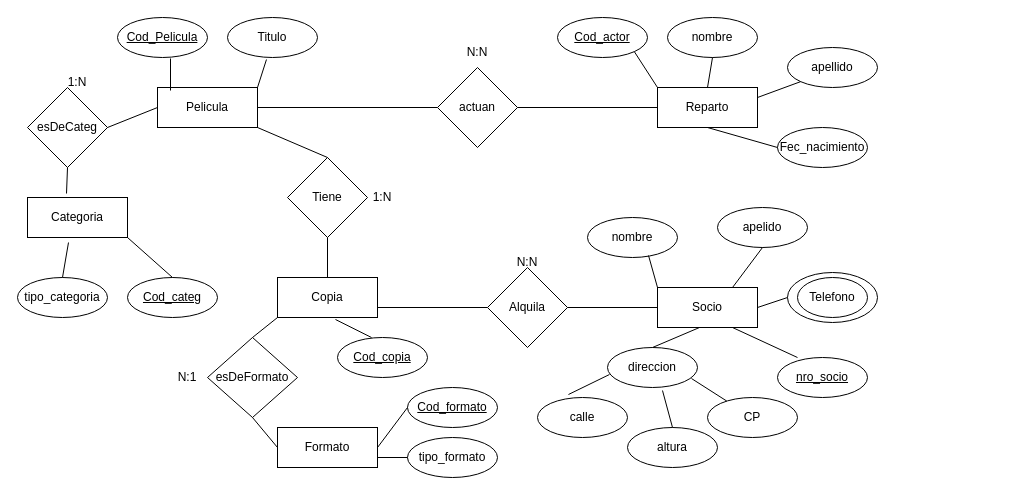
Above: Diagrama sin título.drawio in Dangerous875/pruebaGit (draw.io), before the change. Source tidied: cells renumbered, new cells numbered last; positions are measured from the earlier drawing's top-left corner, leaving out a move shared by most shapes. Both pictures are drawn from the tidied source at 100%, with x=0, y=0 at pixel (17, 17).
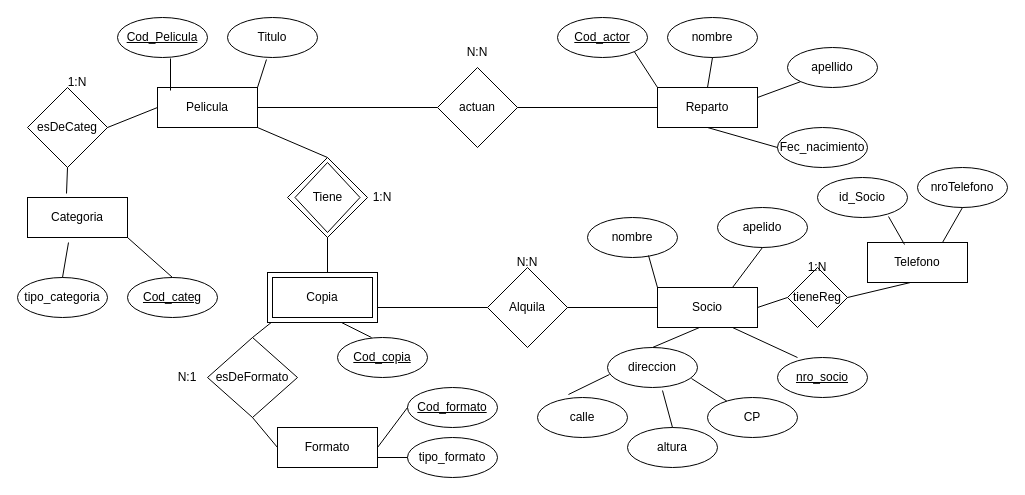
Above is the later version.

Unchanged cells that the change refers to:
```xml
<mxCell id="2" value="Pelicula" style="rounded=0;whiteSpace=wrap;html=1;" parent="1" vertex="1">
  <mxGeometry x="140" y="70" width="100" height="40" as="geometry" />
</mxCell>
<mxCell id="12" value="esDeFormato" style="rhombus;whiteSpace=wrap;html=1;" parent="1" vertex="1">
  <mxGeometry x="190" y="320" width="90" height="80" as="geometry" />
</mxCell>
<mxCell id="16" value="&lt;u&gt;Cod_copia&lt;/u&gt;" style="ellipse;whiteSpace=wrap;html=1;" parent="1" vertex="1">
  <mxGeometry x="320" y="320" width="90" height="40" as="geometry" />
</mxCell>
<mxCell id="17" value="Alquila" style="rhombus;whiteSpace=wrap;html=1;" parent="1" vertex="1">
  <mxGeometry x="470" y="250" width="80" height="80" as="geometry" />
</mxCell>
<mxCell id="18" value="Socio" style="rounded=0;whiteSpace=wrap;html=1;" parent="1" vertex="1">
  <mxGeometry x="640" y="270" width="100" height="40" as="geometry" />
</mxCell>
```

What changed in the source:
```diff
@@
-    <mxCell id="9" value="Tiene" style="rhombus;whiteSpace=wrap;html=1;" parent="1" vertex="1">
-      <mxGeometry x="270" y="140" width="80" height="80" as="geometry" />
-    </mxCell>
@@
-    <mxCell id="11" value="Copia" style="rounded=0;whiteSpace=wrap;html=1;" parent="1" vertex="1">
-      <mxGeometry x="260" y="260" width="100" height="40" as="geometry" />
-    </mxCell>
@@
-    <mxCell id="31" style="ellipse;whiteSpace=wrap;html=1;" parent="1" vertex="1">
-      <mxGeometry x="770" y="255" width="90" height="50" as="geometry" />
-    </mxCell>
-    <mxCell id="32" value="Telefono" style="ellipse;whiteSpace=wrap;html=1;" parent="1" vertex="1">
-      <mxGeometry x="780" y="260" width="70" height="40" as="geometry" />
-    </mxCell>
@@
-    <mxCell id="39" style="endArrow=none;html=1;rounded=0;entryX=0.5;entryY=0;entryDx=0;entryDy=0;exitX=1;exitY=1;exitDx=0;exitDy=0;" parent="1" edge="1" source="2" target="9">
+    <mxCell id="39" style="endArrow=none;html=1;rounded=0;entryX=0.5;entryY=0;entryDx=0;entryDy=0;exitX=1;exitY=1;exitDx=0;exitDy=0;" parent="1" edge="1" source="2" target="74">
       <mxGeometry relative="1" as="geometry" />
     </mxCell>
@@
-    <mxCell id="41" style="endArrow=none;html=1;rounded=0;entryX=0.5;entryY=0;entryDx=0;entryDy=0;exitX=0.5;exitY=1;exitDx=0;exitDy=0;" parent="1" edge="1" source="9" target="11">
-      <mxGeometry relative="1" as="geometry" />
+    <mxCell id="41" style="endArrow=none;html=1;rounded=0;entryX=0.5;entryY=0;entryDx=0;entryDy=0;exitX=0.5;exitY=1;exitDx=0;exitDy=0;" parent="1" edge="1" source="9">
+      <mxGeometry relative="1" as="geometry">
+        <mxPoint x="310" y="260" as="targetPoint" />
+      </mxGeometry>
     </mxCell>
-    <mxCell id="42" style="endArrow=none;html=1;rounded=0;entryX=0.5;entryY=0;entryDx=0;entryDy=0;exitX=0;exitY=1;exitDx=0;exitDy=0;" parent="1" edge="1" source="11" target="12">
-      <mxGeometry relative="1" as="geometry" />
+    <mxCell id="42" style="endArrow=none;html=1;rounded=0;entryX=0.5;entryY=0;entryDx=0;entryDy=0;exitX=0;exitY=1;exitDx=0;exitDy=0;" parent="1" edge="1" target="12">
+      <mxGeometry relative="1" as="geometry">
+        <mxPoint x="260" y="300" as="sourcePoint" />
+      </mxGeometry>
     </mxCell>
@@
-    <mxCell id="46" style="endArrow=none;html=1;rounded=0;entryX=0.378;entryY=0;entryDx=0;entryDy=0;exitX=0.58;exitY=1.05;exitDx=0;exitDy=0;exitPerimeter=0;entryPerimeter=0;" parent="1" edge="1" source="11" target="16">
-      <mxGeometry relative="1" as="geometry" />
+    <mxCell id="46" style="endArrow=none;html=1;rounded=0;entryX=0.378;entryY=0;entryDx=0;entryDy=0;exitX=0.58;exitY=1.05;exitDx=0;exitDy=0;exitPerimeter=0;entryPerimeter=0;" parent="1" edge="1" target="16">
+      <mxGeometry relative="1" as="geometry">
+        <mxPoint x="318" y="302" as="sourcePoint" />
+      </mxGeometry>
     </mxCell>
-    <mxCell id="47" style="endArrow=none;html=1;rounded=0;entryX=0;entryY=0.5;entryDx=0;entryDy=0;exitX=1;exitY=0.75;exitDx=0;exitDy=0;" parent="1" edge="1" source="11" target="17">
-      <mxGeometry relative="1" as="geometry" />
+    <mxCell id="47" style="endArrow=none;html=1;rounded=0;entryX=0;entryY=0.5;entryDx=0;entryDy=0;exitX=1;exitY=0.75;exitDx=0;exitDy=0;" parent="1" edge="1" target="17">
+      <mxGeometry relative="1" as="geometry">
+        <mxPoint x="360" y="290" as="sourcePoint" />
+      </mxGeometry>
     </mxCell>
@@
-    <mxCell id="56" style="endArrow=none;html=1;rounded=0;entryX=1;entryY=0.5;entryDx=0;entryDy=0;exitX=0;exitY=0.5;exitDx=0;exitDy=0;" parent="1" edge="1" source="31" target="18">
-      <mxGeometry relative="1" as="geometry" />
+    <mxCell id="56" style="endArrow=none;html=1;rounded=0;entryX=1;entryY=0.5;entryDx=0;entryDy=0;exitX=0;exitY=0.5;exitDx=0;exitDy=0;" parent="1" edge="1" target="18">
+      <mxGeometry relative="1" as="geometry">
+        <mxPoint x="770" y="280" as="sourcePoint" />
+      </mxGeometry>
     </mxCell>
@@
+    <mxCell id="67" value="tieneReg" style="rhombus;whiteSpace=wrap;html=1;" parent="1" vertex="1">
+      <mxGeometry x="770" y="250" width="60" height="60" as="geometry" />
+    </mxCell>
+    <mxCell id="32" value="Telefono" style="rounded=0;whiteSpace=wrap;html=1;" parent="1" vertex="1">
+      <mxGeometry x="850" y="225" width="100" height="40" as="geometry" />
+    </mxCell>
+    <mxCell id="68" value="nroTelefono" style="ellipse;whiteSpace=wrap;html=1;" parent="1" vertex="1">
+      <mxGeometry x="900" y="150" width="90" height="40" as="geometry" />
+    </mxCell>
+    <mxCell id="69" style="endArrow=none;html=1;rounded=0;entryX=0.5;entryY=1;entryDx=0;entryDy=0;exitX=0.75;exitY=0;exitDx=0;exitDy=0;" parent="1" edge="1" source="32" target="68">
+      <mxGeometry relative="1" as="geometry" />
+    </mxCell>
+    <mxCell id="70" style="endArrow=none;html=1;rounded=0;entryX=1;entryY=0.5;entryDx=0;entryDy=0;exitX=0.43;exitY=1;exitDx=0;exitDy=0;exitPerimeter=0;" parent="1" edge="1" source="32" target="67">
+      <mxGeometry relative="1" as="geometry" />
+    </mxCell>
+    <mxCell id="71" value="1:N" style="text;html=1;strokeColor=none;fillColor=none;align=center;verticalAlign=middle;whiteSpace=wrap;rounded=0;" parent="1" vertex="1">
+      <mxGeometry x="770" y="235" width="60" height="30" as="geometry" />
+    </mxCell>
+    <mxCell id="72" value="id_Socio" style="ellipse;whiteSpace=wrap;html=1;" parent="1" vertex="1">
+      <mxGeometry x="800" y="160" width="90" height="40" as="geometry" />
+    </mxCell>
+    <mxCell id="73" style="endArrow=none;html=1;rounded=0;entryX=0.789;entryY=0.975;entryDx=0;entryDy=0;exitX=0.37;exitY=0.05;exitDx=0;exitDy=0;entryPerimeter=0;exitPerimeter=0;" parent="1" edge="1" source="32" target="72">
+      <mxGeometry relative="1" as="geometry" />
+    </mxCell>
+    <mxCell id="74" style="rhombus;whiteSpace=wrap;html=1;" parent="1" vertex="1">
+      <mxGeometry x="270" y="140" width="80" height="80" as="geometry" />
+    </mxCell>
+    <mxCell id="9" value="Tiene" style="rhombus;whiteSpace=wrap;html=1;" parent="1" vertex="1">
+      <mxGeometry x="277.5" y="145" width="65" height="70" as="geometry" />
+    </mxCell>
+    <mxCell id="75" style="rounded=0;whiteSpace=wrap;html=1;" parent="1" vertex="1">
+      <mxGeometry x="250" y="255" width="110" height="50" as="geometry" />
+    </mxCell>
+    <mxCell id="11" value="Copia" style="rounded=0;whiteSpace=wrap;html=1;" parent="1" vertex="1">
+      <mxGeometry x="255" y="260" width="100" height="40" as="geometry" />
+    </mxCell>
```
